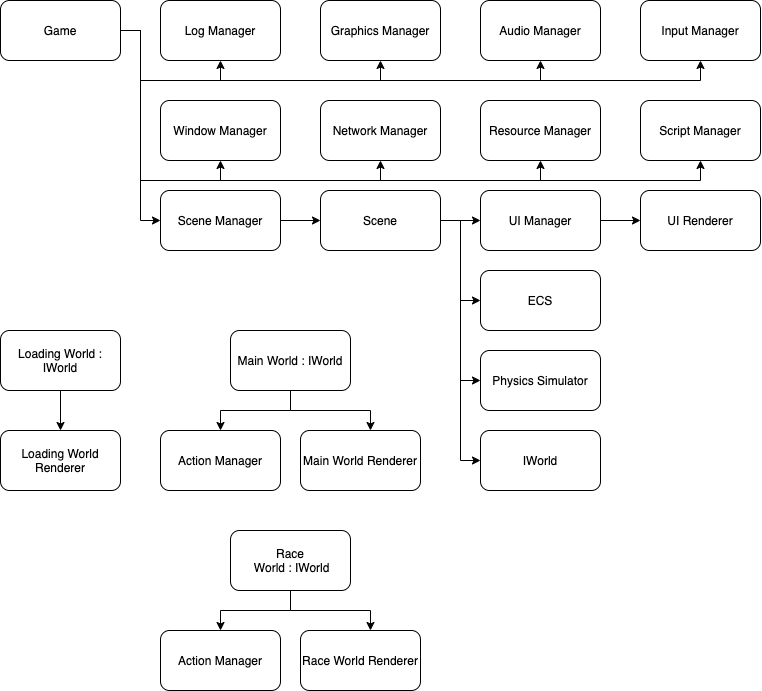
Before: documentation/technical_architecture/images/client_class_structure_overview.drawio.png, a diagram exported from draw.io (snowmeltarcade/projectbirdracing). Source tidied: cells renumbered, new cells last; positions are measured from the earlier drawing's top-left corner, leaving out a move shared by most shapes. Source of this version:
```xml
<mxGraphModel>
  <root>
    <mxCell id="0" />
    <mxCell id="1" parent="0" />
    <mxCell id="2" style="edgeStyle=orthogonalEdgeStyle;rounded=0;jettySize=auto;html=1;exitX=1;exitY=0.5;exitDx=0;exitDy=0;entryX=0.5;entryY=1;entryDx=0;entryDy=0;" parent="1" edge="1" source="11" target="12">
      <mxGeometry relative="1" as="geometry" />
    </mxCell>
    <mxCell id="3" style="edgeStyle=orthogonalEdgeStyle;rounded=0;jettySize=auto;html=1;exitX=1;exitY=0.5;exitDx=0;exitDy=0;entryX=0.5;entryY=1;entryDx=0;entryDy=0;" parent="1" edge="1" source="11" target="13">
      <mxGeometry relative="1" as="geometry">
        <Array as="points">
          <mxPoint x="140" y="30" />
          <mxPoint x="140" y="80" />
          <mxPoint x="380" y="80" />
        </Array>
      </mxGeometry>
    </mxCell>
    <mxCell id="4" style="edgeStyle=orthogonalEdgeStyle;rounded=0;jettySize=auto;html=1;exitX=1;exitY=0.5;exitDx=0;exitDy=0;entryX=0.5;entryY=1;entryDx=0;entryDy=0;" parent="1" edge="1" source="11" target="14">
      <mxGeometry relative="1" as="geometry">
        <Array as="points">
          <mxPoint x="140" y="30" />
          <mxPoint x="140" y="80" />
          <mxPoint x="540" y="80" />
        </Array>
      </mxGeometry>
    </mxCell>
    <mxCell id="5" style="edgeStyle=orthogonalEdgeStyle;rounded=0;jettySize=auto;html=1;exitX=1;exitY=0.5;exitDx=0;exitDy=0;entryX=0.5;entryY=1;entryDx=0;entryDy=0;" parent="1" edge="1" source="11" target="16">
      <mxGeometry relative="1" as="geometry">
        <Array as="points">
          <mxPoint x="140" y="30" />
          <mxPoint x="140" y="80" />
          <mxPoint x="700" y="80" />
        </Array>
      </mxGeometry>
    </mxCell>
    <mxCell id="6" style="edgeStyle=orthogonalEdgeStyle;rounded=0;jettySize=auto;html=1;exitX=1;exitY=0.5;exitDx=0;exitDy=0;entryX=0.5;entryY=1;entryDx=0;entryDy=0;" parent="1" edge="1" source="11" target="45">
      <mxGeometry relative="1" as="geometry">
        <Array as="points">
          <mxPoint x="140" y="30" />
          <mxPoint x="140" y="180" />
          <mxPoint x="700" y="180" />
        </Array>
      </mxGeometry>
    </mxCell>
    <mxCell id="7" style="edgeStyle=orthogonalEdgeStyle;rounded=0;jettySize=auto;html=1;exitX=1;exitY=0.5;exitDx=0;exitDy=0;entryX=0.5;entryY=1;entryDx=0;entryDy=0;" parent="1" edge="1" source="11" target="44">
      <mxGeometry relative="1" as="geometry">
        <Array as="points">
          <mxPoint x="140" y="30" />
          <mxPoint x="140" y="180" />
          <mxPoint x="540" y="180" />
        </Array>
      </mxGeometry>
    </mxCell>
    <mxCell id="8" style="edgeStyle=orthogonalEdgeStyle;rounded=0;jettySize=auto;html=1;exitX=1;exitY=0.5;exitDx=0;exitDy=0;entryX=0.5;entryY=1;entryDx=0;entryDy=0;" parent="1" edge="1" source="11" target="23">
      <mxGeometry relative="1" as="geometry">
        <Array as="points">
          <mxPoint x="140" y="30" />
          <mxPoint x="140" y="180" />
          <mxPoint x="380" y="180" />
        </Array>
      </mxGeometry>
    </mxCell>
    <mxCell id="9" style="edgeStyle=orthogonalEdgeStyle;rounded=0;jettySize=auto;html=1;exitX=1;exitY=0.5;exitDx=0;exitDy=0;entryX=0.5;entryY=1;entryDx=0;entryDy=0;" parent="1" edge="1" source="11" target="15">
      <mxGeometry relative="1" as="geometry" />
    </mxCell>
    <mxCell id="10" style="edgeStyle=orthogonalEdgeStyle;rounded=0;jettySize=auto;html=1;exitX=1;exitY=0.5;exitDx=0;exitDy=0;entryX=0;entryY=0.5;entryDx=0;entryDy=0;" parent="1" edge="1" source="11" target="27">
      <mxGeometry relative="1" as="geometry" />
    </mxCell>
    <mxCell id="11" value="Game" style="rounded=1;whiteSpace=wrap;html=1;" parent="1" vertex="1">
      <mxGeometry width="120" height="60" as="geometry" />
    </mxCell>
    <mxCell id="12" value="Log Manager" style="rounded=1;whiteSpace=wrap;html=1;" parent="1" vertex="1">
      <mxGeometry x="160" width="120" height="60" as="geometry" />
    </mxCell>
    <mxCell id="13" value="Graphics Manager" style="rounded=1;whiteSpace=wrap;html=1;" parent="1" vertex="1">
      <mxGeometry x="320" width="120" height="60" as="geometry" />
    </mxCell>
    <mxCell id="14" value="Audio Manager" style="rounded=1;whiteSpace=wrap;html=1;" parent="1" vertex="1">
      <mxGeometry x="480" width="120" height="60" as="geometry" />
    </mxCell>
    <mxCell id="15" value="Window Manager" style="rounded=1;whiteSpace=wrap;html=1;" parent="1" vertex="1">
      <mxGeometry x="160" y="100" width="120" height="60" as="geometry" />
    </mxCell>
    <mxCell id="16" value="Input Manager" style="rounded=1;whiteSpace=wrap;html=1;" parent="1" vertex="1">
      <mxGeometry x="640" width="120" height="60" as="geometry" />
    </mxCell>
    <mxCell id="17" style="edgeStyle=orthogonalEdgeStyle;rounded=0;jettySize=auto;html=1;" parent="1" edge="1" source="18" target="25">
      <mxGeometry relative="1" as="geometry" />
    </mxCell>
    <mxCell id="18" value="Loading World : IWorld" style="rounded=1;whiteSpace=wrap;html=1;" parent="1" vertex="1">
      <mxGeometry y="330" width="120" height="60" as="geometry" />
    </mxCell>
    <mxCell id="19" value="ECS" style="rounded=1;whiteSpace=wrap;html=1;" parent="1" vertex="1">
      <mxGeometry x="480" y="270" width="120" height="60" as="geometry" />
    </mxCell>
    <mxCell id="20" value="Physics Simulator" style="rounded=1;whiteSpace=wrap;html=1;" parent="1" vertex="1">
      <mxGeometry x="480" y="350" width="120" height="60" as="geometry" />
    </mxCell>
    <mxCell id="21" style="edgeStyle=orthogonalEdgeStyle;rounded=0;jettySize=auto;html=1;" parent="1" edge="1" source="22" target="33">
      <mxGeometry relative="1" as="geometry" />
    </mxCell>
    <mxCell id="22" value="UI Manager" style="rounded=1;whiteSpace=wrap;html=1;" parent="1" vertex="1">
      <mxGeometry x="480" y="190" width="120" height="60" as="geometry" />
    </mxCell>
    <mxCell id="23" value="Network Manager" style="rounded=1;whiteSpace=wrap;html=1;" parent="1" vertex="1">
      <mxGeometry x="320" y="100" width="120" height="60" as="geometry" />
    </mxCell>
    <mxCell id="24" value="Action Manager" style="rounded=1;whiteSpace=wrap;html=1;" parent="1" vertex="1">
      <mxGeometry x="160" y="430" width="120" height="60" as="geometry" />
    </mxCell>
    <mxCell id="25" value="Loading World Renderer" style="rounded=1;whiteSpace=wrap;html=1;" parent="1" vertex="1">
      <mxGeometry y="430" width="120" height="60" as="geometry" />
    </mxCell>
    <mxCell id="26" style="edgeStyle=orthogonalEdgeStyle;rounded=0;jettySize=auto;html=1;" parent="1" edge="1" source="27" target="32">
      <mxGeometry relative="1" as="geometry" />
    </mxCell>
    <mxCell id="27" value="Scene Manager" style="rounded=1;whiteSpace=wrap;html=1;" parent="1" vertex="1">
      <mxGeometry x="160" y="190" width="120" height="60" as="geometry" />
    </mxCell>
    <mxCell id="28" style="edgeStyle=orthogonalEdgeStyle;rounded=0;jettySize=auto;html=1;" parent="1" edge="1" source="32" target="22">
      <mxGeometry relative="1" as="geometry" />
    </mxCell>
    <mxCell id="29" style="edgeStyle=orthogonalEdgeStyle;rounded=0;jettySize=auto;html=1;exitX=1;exitY=0.5;exitDx=0;exitDy=0;entryX=0;entryY=0.5;entryDx=0;entryDy=0;" parent="1" edge="1" source="32" target="19">
      <mxGeometry relative="1" as="geometry" />
    </mxCell>
    <mxCell id="30" style="edgeStyle=orthogonalEdgeStyle;rounded=0;jettySize=auto;html=1;exitX=1;exitY=0.5;exitDx=0;exitDy=0;entryX=0;entryY=0.5;entryDx=0;entryDy=0;" parent="1" edge="1" source="32" target="20">
      <mxGeometry relative="1" as="geometry" />
    </mxCell>
    <mxCell id="31" style="edgeStyle=orthogonalEdgeStyle;rounded=0;jettySize=auto;html=1;exitX=1;exitY=0.5;exitDx=0;exitDy=0;entryX=0;entryY=0.5;entryDx=0;entryDy=0;" parent="1" edge="1" source="32" target="34">
      <mxGeometry relative="1" as="geometry" />
    </mxCell>
    <mxCell id="32" value="Scene" style="rounded=1;whiteSpace=wrap;html=1;" parent="1" vertex="1">
      <mxGeometry x="320" y="190" width="120" height="60" as="geometry" />
    </mxCell>
    <mxCell id="33" value="UI Renderer" style="rounded=1;whiteSpace=wrap;html=1;" parent="1" vertex="1">
      <mxGeometry x="640" y="190" width="120" height="60" as="geometry" />
    </mxCell>
    <mxCell id="34" value="IWorld" style="rounded=1;whiteSpace=wrap;html=1;" parent="1" vertex="1">
      <mxGeometry x="480" y="430" width="120" height="60" as="geometry" />
    </mxCell>
    <mxCell id="35" style="edgeStyle=orthogonalEdgeStyle;rounded=0;jettySize=auto;html=1;exitX=0.5;exitY=1;exitDx=0;exitDy=0;entryX=0.5;entryY=0;entryDx=0;entryDy=0;" parent="1" edge="1" source="37" target="24">
      <mxGeometry relative="1" as="geometry" />
    </mxCell>
    <mxCell id="36" style="edgeStyle=orthogonalEdgeStyle;rounded=0;jettySize=auto;html=1;exitX=0.5;exitY=1;exitDx=0;exitDy=0;entryX=0.583;entryY=0;entryDx=0;entryDy=0;entryPerimeter=0;" parent="1" edge="1" source="37" target="38">
      <mxGeometry relative="1" as="geometry" />
    </mxCell>
    <mxCell id="37" value="Main World : IWorld" style="rounded=1;whiteSpace=wrap;html=1;" parent="1" vertex="1">
      <mxGeometry x="230" y="330" width="120" height="60" as="geometry" />
    </mxCell>
    <mxCell id="38" value="Main World Renderer" style="rounded=1;whiteSpace=wrap;html=1;" parent="1" vertex="1">
      <mxGeometry x="300" y="430" width="120" height="60" as="geometry" />
    </mxCell>
    <mxCell id="39" value="Action Manager" style="rounded=1;whiteSpace=wrap;html=1;" parent="1" vertex="1">
      <mxGeometry x="160" y="630" width="120" height="60" as="geometry" />
    </mxCell>
    <mxCell id="40" style="edgeStyle=orthogonalEdgeStyle;rounded=0;jettySize=auto;html=1;exitX=0.5;exitY=1;exitDx=0;exitDy=0;entryX=0.5;entryY=0;entryDx=0;entryDy=0;" parent="1" edge="1" source="42" target="39">
      <mxGeometry relative="1" as="geometry" />
    </mxCell>
    <mxCell id="41" style="edgeStyle=orthogonalEdgeStyle;rounded=0;jettySize=auto;html=1;exitX=0.5;exitY=1;exitDx=0;exitDy=0;entryX=0.583;entryY=0;entryDx=0;entryDy=0;entryPerimeter=0;" parent="1" edge="1" source="42" target="43">
      <mxGeometry relative="1" as="geometry" />
    </mxCell>
    <mxCell id="42" value="Race&lt;br&gt;&amp;nbsp;World : IWorld" style="rounded=1;whiteSpace=wrap;html=1;" parent="1" vertex="1">
      <mxGeometry x="230" y="530" width="120" height="60" as="geometry" />
    </mxCell>
    <mxCell id="43" value="Race World Renderer" style="rounded=1;whiteSpace=wrap;html=1;" parent="1" vertex="1">
      <mxGeometry x="300" y="630" width="120" height="60" as="geometry" />
    </mxCell>
    <mxCell id="44" value="Resource Manager" style="rounded=1;whiteSpace=wrap;html=1;" parent="1" vertex="1">
      <mxGeometry x="480" y="100" width="120" height="60" as="geometry" />
    </mxCell>
    <mxCell id="45" value="Script Manager" style="rounded=1;whiteSpace=wrap;html=1;" parent="1" vertex="1">
      <mxGeometry x="640" y="100" width="120" height="60" as="geometry" />
    </mxCell>
  </root>
</mxGraphModel>
```
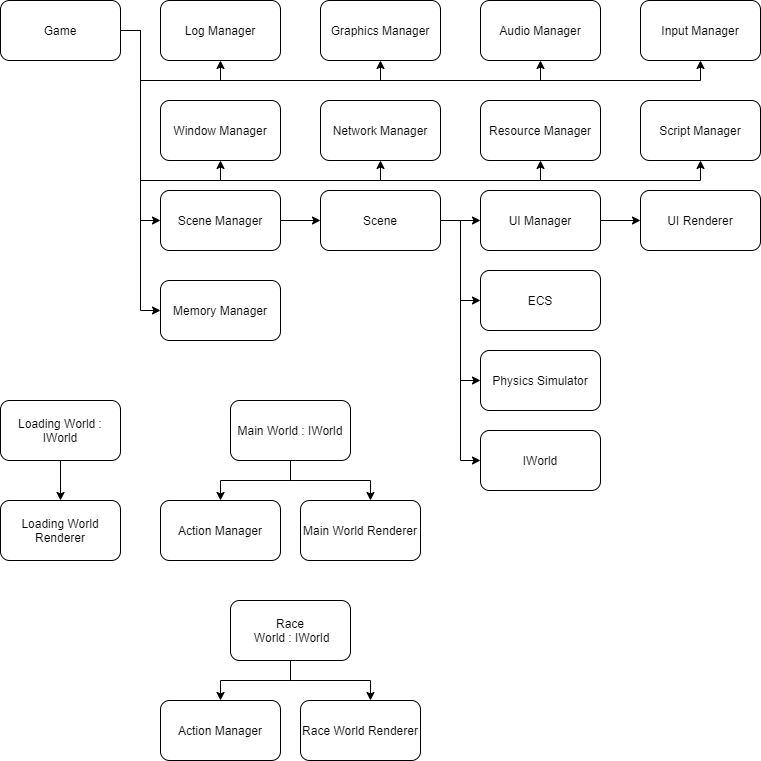
Above is the later version.

Commit message:
Update code standards. Add memory manager to class structure overviews.

The edit, as a diff of the source:
```diff
@@ -65,6 +65,9 @@
     <mxCell id="10" style="edgeStyle=orthogonalEdgeStyle;rounded=0;jettySize=auto;html=1;exitX=1;exitY=0.5;exitDx=0;exitDy=0;entryX=0;entryY=0.5;entryDx=0;entryDy=0;" parent="1" edge="1" source="11" target="27">
       <mxGeometry relative="1" as="geometry" />
     </mxCell>
+    <mxCell id="46" style="edgeStyle=orthogonalEdgeStyle;rounded=0;jettySize=auto;html=1;exitX=1;exitY=0.5;exitDx=0;exitDy=0;entryX=0;entryY=0.5;entryDx=0;entryDy=0;" parent="1" edge="1" source="11" target="47">
+      <mxGeometry relative="1" as="geometry" />
+    </mxCell>
     <mxCell id="11" value="Game" style="rounded=1;whiteSpace=wrap;html=1;" parent="1" vertex="1">
       <mxGeometry width="120" height="60" as="geometry" />
     </mxCell>
@@ -87,7 +90,7 @@
       <mxGeometry relative="1" as="geometry" />
     </mxCell>
     <mxCell id="18" value="Loading World : IWorld" style="rounded=1;whiteSpace=wrap;html=1;" parent="1" vertex="1">
-      <mxGeometry y="330" width="120" height="60" as="geometry" />
+      <mxGeometry y="400" width="120" height="60" as="geometry" />
     </mxCell>
     <mxCell id="19" value="ECS" style="rounded=1;whiteSpace=wrap;html=1;" parent="1" vertex="1">
       <mxGeometry x="480" y="270" width="120" height="60" as="geometry" />
@@ -105,10 +108,10 @@
       <mxGeometry x="320" y="100" width="120" height="60" as="geometry" />
     </mxCell>
     <mxCell id="24" value="Action Manager" style="rounded=1;whiteSpace=wrap;html=1;" parent="1" vertex="1">
-      <mxGeometry x="160" y="430" width="120" height="60" as="geometry" />
+      <mxGeometry x="160" y="500" width="120" height="60" as="geometry" />
     </mxCell>
     <mxCell id="25" value="Loading World Renderer" style="rounded=1;whiteSpace=wrap;html=1;" parent="1" vertex="1">
-      <mxGeometry y="430" width="120" height="60" as="geometry" />
+      <mxGeometry y="500" width="120" height="60" as="geometry" />
     </mxCell>
     <mxCell id="26" style="edgeStyle=orthogonalEdgeStyle;rounded=0;jettySize=auto;html=1;" parent="1" edge="1" source="27" target="32">
       <mxGeometry relative="1" as="geometry" />
@@ -144,13 +147,13 @@
       <mxGeometry relative="1" as="geometry" />
     </mxCell>
     <mxCell id="37" value="Main World : IWorld" style="rounded=1;whiteSpace=wrap;html=1;" parent="1" vertex="1">
-      <mxGeometry x="230" y="330" width="120" height="60" as="geometry" />
+      <mxGeometry x="230" y="400" width="120" height="60" as="geometry" />
     </mxCell>
     <mxCell id="38" value="Main World Renderer" style="rounded=1;whiteSpace=wrap;html=1;" parent="1" vertex="1">
-      <mxGeometry x="300" y="430" width="120" height="60" as="geometry" />
+      <mxGeometry x="300" y="500" width="120" height="60" as="geometry" />
     </mxCell>
     <mxCell id="39" value="Action Manager" style="rounded=1;whiteSpace=wrap;html=1;" parent="1" vertex="1">
-      <mxGeometry x="160" y="630" width="120" height="60" as="geometry" />
+      <mxGeometry x="160" y="700" width="120" height="60" as="geometry" />
     </mxCell>
     <mxCell id="40" style="edgeStyle=orthogonalEdgeStyle;rounded=0;jettySize=auto;html=1;exitX=0.5;exitY=1;exitDx=0;exitDy=0;entryX=0.5;entryY=0;entryDx=0;entryDy=0;" parent="1" edge="1" source="42" target="39">
       <mxGeometry relative="1" as="geometry" />
@@ -159,10 +162,10 @@
       <mxGeometry relative="1" as="geometry" />
     </mxCell>
     <mxCell id="42" value="Race&lt;br&gt;&amp;nbsp;World : IWorld" style="rounded=1;whiteSpace=wrap;html=1;" parent="1" vertex="1">
-      <mxGeometry x="230" y="530" width="120" height="60" as="geometry" />
+      <mxGeometry x="230" y="600" width="120" height="60" as="geometry" />
     </mxCell>
     <mxCell id="43" value="Race World Renderer" style="rounded=1;whiteSpace=wrap;html=1;" parent="1" vertex="1">
-      <mxGeometry x="300" y="630" width="120" height="60" as="geometry" />
+      <mxGeometry x="300" y="700" width="120" height="60" as="geometry" />
     </mxCell>
     <mxCell id="44" value="Resource Manager" style="rounded=1;whiteSpace=wrap;html=1;" parent="1" vertex="1">
       <mxGeometry x="480" y="100" width="120" height="60" as="geometry" />
@@ -170,5 +173,8 @@
     <mxCell id="45" value="Script Manager" style="rounded=1;whiteSpace=wrap;html=1;" parent="1" vertex="1">
       <mxGeometry x="640" y="100" width="120" height="60" as="geometry" />
     </mxCell>
+    <mxCell id="47" value="Memory Manager" style="rounded=1;whiteSpace=wrap;html=1;" parent="1" vertex="1">
+      <mxGeometry x="160" y="280" width="120" height="60" as="geometry" />
+    </mxCell>
   </root>
 </mxGraphModel>
```
